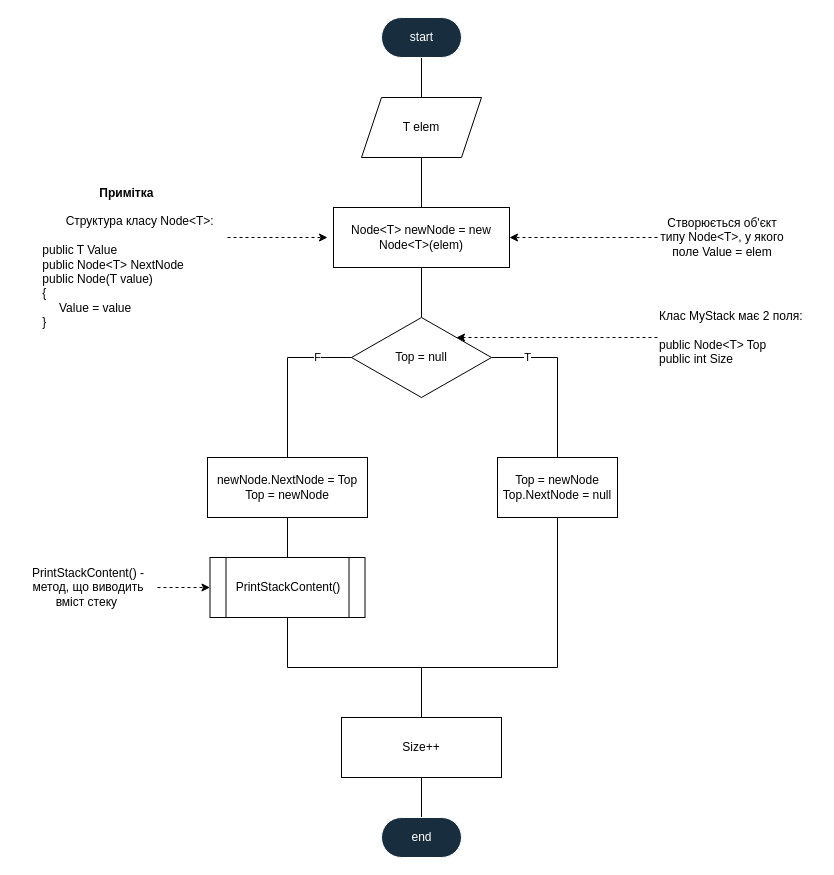
This is page "Stack.Push" (2 of 3) of lab6/Lab 6.drawio from RoadToPTU/ads-silkin-kp13, a draw.io file, before an edit. Source tidied: cells renumbered, new cells numbered last; positions are measured from the earlier drawing's top-left corner, leaving out a move shared by most shapes. Both pictures are drawn from the tidied source at 100%, with x=0, y=0 at pixel (17, 17).
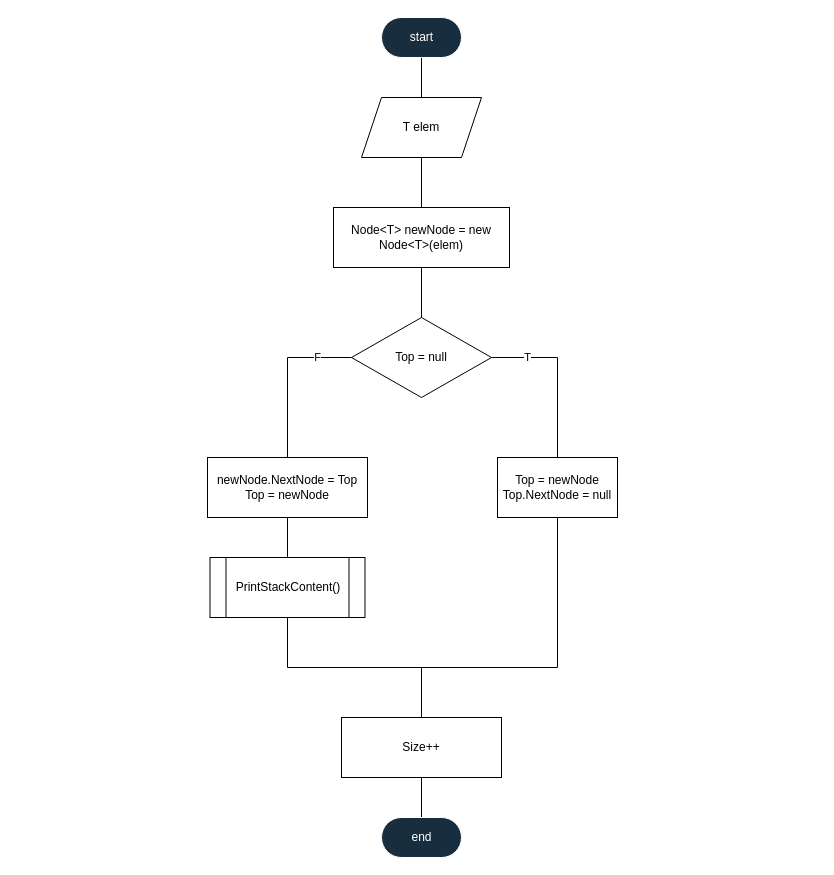
The same diagram, later.

The change refers to these unchanged cells:
```xml
<mxCell id="7" value="Node&amp;lt;T&amp;gt; newNode = new Node&amp;lt;T&amp;gt;(elem)" style="rounded=0;whiteSpace=wrap;html=1;strokeColor=default;" parent="1" vertex="1">
  <mxGeometry x="316" y="190" width="176" height="60" as="geometry" />
</mxCell>
<mxCell id="14" value="Top = null" style="rhombus;whiteSpace=wrap;html=1;strokeColor=default;" parent="1" vertex="1">
  <mxGeometry x="334" y="300" width="140" height="80" as="geometry" />
</mxCell>
<mxCell id="27" value="PrintStackContent()" style="shape=process;whiteSpace=wrap;html=1;backgroundOutline=1;strokeColor=default;" parent="1" vertex="1">
  <mxGeometry x="192.5" y="540" width="155" height="60" as="geometry" />
</mxCell>
```

Change to the diagram source:
```diff
@@
-    <mxCell id="8" style="edgeStyle=orthogonalEdgeStyle;rounded=0;jettySize=auto;html=1;endArrow=classic;endFill=1;dashed=1;entryX=1;entryY=0.5;entryDx=0;entryDy=0;" parent="1" edge="1" source="9" target="7">
-      <mxGeometry relative="1" as="geometry" />
-    </mxCell>
-    <mxCell id="9" value="Створюється об'єкт типу Node&amp;lt;T&amp;gt;, у якого поле Value = elem" style="text;html=1;strokeColor=none;fillColor=none;align=center;verticalAlign=middle;whiteSpace=wrap;rounded=0;" parent="1" vertex="1">
-      <mxGeometry x="640" y="195" width="130" height="50" as="geometry" />
-    </mxCell>
-    <mxCell id="10" style="edgeStyle=orthogonalEdgeStyle;rounded=0;jettySize=auto;html=1;dashed=1;endArrow=classic;endFill=1;" parent="1" edge="1" source="11">
-      <mxGeometry relative="1" as="geometry">
-        <mxPoint x="310" y="220" as="targetPoint" />
-        <Array as="points">
-          <mxPoint x="240" y="220" />
-          <mxPoint x="240" y="220" />
-        </Array>
-      </mxGeometry>
-    </mxCell>
-    <mxCell id="11" value="&lt;div style=&quot;text-align: center&quot;&gt;&lt;b&gt;&lt;font style=&quot;font-size: 12px&quot;&gt;Примітка&lt;/font&gt;&lt;/b&gt;&lt;/div&gt;&lt;div style=&quot;text-align: center&quot;&gt;&lt;b&gt;&lt;font style=&quot;font-size: 12px&quot;&gt;&lt;br&gt;&lt;/font&gt;&lt;/b&gt;&lt;/div&gt;&lt;div style=&quot;text-align: center&quot;&gt;&lt;span&gt;&lt;span style=&quot;white-space: pre&quot;&gt;&#9;&lt;/span&gt;Структура класу Node&amp;lt;T&amp;gt;:&lt;/span&gt;&lt;/div&gt;&lt;div style=&quot;text-align: center&quot;&gt;&lt;br&gt;&lt;/div&gt;&amp;nbsp;public T Value&lt;br&gt;&amp;nbsp;public Node&amp;lt;T&amp;gt; NextNode&lt;br&gt;&lt;div&gt;&lt;span&gt;&amp;nbsp;public Node(T value)&lt;/span&gt;&lt;/div&gt;&lt;div&gt;&lt;span&gt;&amp;nbsp;{&lt;/span&gt;&lt;/div&gt;&lt;div&gt;&lt;span&gt;&amp;nbsp; &amp;nbsp; &amp;nbsp; Value = value&lt;/span&gt;&lt;/div&gt;&lt;div&gt;&lt;span&gt;&amp;nbsp;}&lt;/span&gt;&lt;/div&gt;" style="text;html=1;strokeColor=none;fillColor=none;align=left;verticalAlign=middle;whiteSpace=wrap;rounded=0;" parent="1" vertex="1">
-      <mxGeometry x="20" y="160" width="190" height="160" as="geometry" />
-    </mxCell>
@@
-    <mxCell id="15" value="Клас MyStack має 2 поля:&lt;br&gt;&lt;br&gt;public Node&amp;lt;T&amp;gt; Top&lt;br&gt;public int Size" style="text;html=1;strokeColor=none;fillColor=none;align=left;verticalAlign=middle;whiteSpace=wrap;rounded=0;" parent="1" vertex="1">
-      <mxGeometry x="640" y="280" width="160" height="80" as="geometry" />
-    </mxCell>
-    <mxCell id="16" style="edgeStyle=orthogonalEdgeStyle;rounded=0;jettySize=auto;html=1;endArrow=classic;endFill=1;dashed=1;entryX=1;entryY=0;entryDx=0;entryDy=0;exitX=0;exitY=0.5;exitDx=0;exitDy=0;" parent="1" edge="1" source="15" target="14">
-      <mxGeometry relative="1" as="geometry">
-        <Array as="points">
-          <mxPoint x="590" y="320" />
-          <mxPoint x="590" y="320" />
-        </Array>
-      </mxGeometry>
-    </mxCell>
@@
-    <mxCell id="21" style="edgeStyle=orthogonalEdgeStyle;rounded=0;jettySize=auto;html=1;endArrow=classic;endFill=1;dashed=1;entryX=0;entryY=0.5;entryDx=0;entryDy=0;" parent="1" edge="1" source="22" target="27">
-      <mxGeometry relative="1" as="geometry" />
-    </mxCell>
-    <mxCell id="22" value="&lt;div style=&quot;text-align: center&quot;&gt;PrintStackContent() - метод, що виводить вміст стеку&amp;nbsp;&lt;/div&gt;" style="text;html=1;strokeColor=none;fillColor=none;align=left;verticalAlign=middle;whiteSpace=wrap;rounded=0;" parent="1" vertex="1">
-      <mxGeometry y="525" width="140" height="90" as="geometry" />
-    </mxCell>
```
